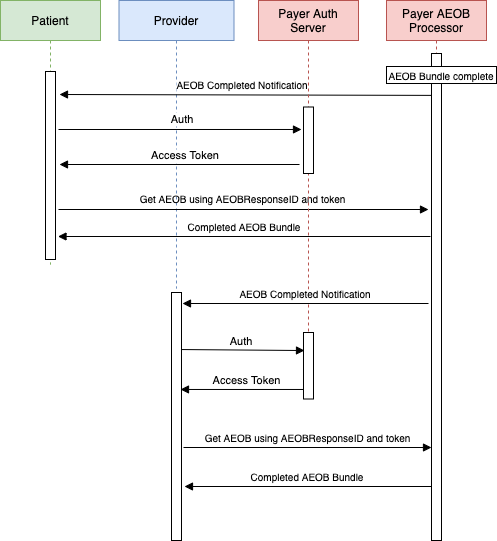
This is input/images/GetAEOB.drawio.png from HL7/davinci-pct, a draw.io export, as it was before one commit. Source tidied: cells renumbered, new cells last; positions are measured from the earlier drawing's top-left corner, leaving out a move shared by most shapes.
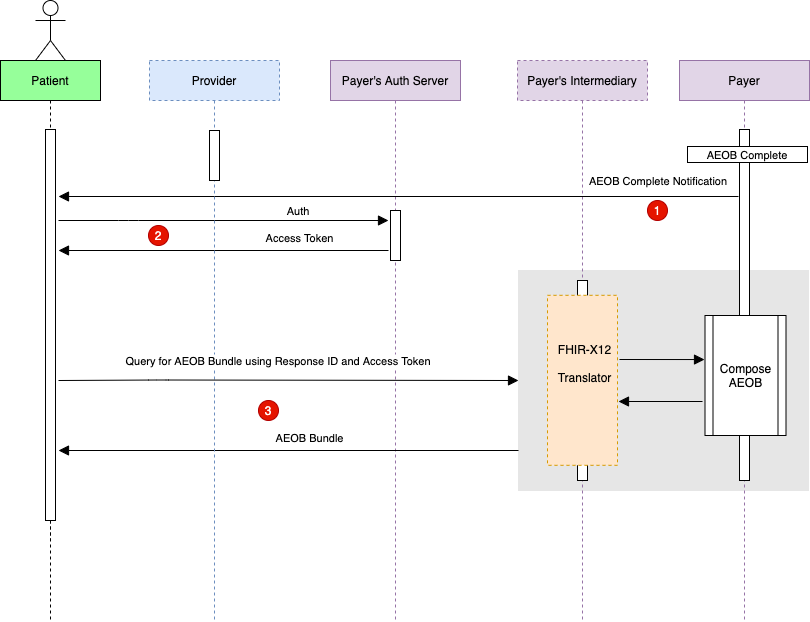
After the commit.

Commit message:
Updated use case graphics

Diff of the diagram source:
```diff
@@ -2,93 +2,127 @@
   <root>
     <mxCell id="0" />
     <mxCell id="1" parent="0" />
-    <mxCell id="2" style="points=[];perimeter=orthogonalPerimeter;rounded=0;shadow=0;strokeWidth=1;" parent="1" vertex="1">
-      <mxGeometry x="171" y="292" width="10" height="248" as="geometry" />
-    </mxCell>
-    <mxCell id="3" value="Provider" style="shape=umlLifeline;perimeter=lifelinePerimeter;rounded=0;shadow=0;strokeWidth=1;fillColor=#dae8fc;strokeColor=#6c8ebf;" parent="1" vertex="1">
-      <mxGeometry x="118.5" width="115" height="288" as="geometry" />
-    </mxCell>
-    <mxCell id="4" value="Payer AEOB&#10;Processor" style="shape=umlLifeline;perimeter=lifelinePerimeter;rounded=0;shadow=0;strokeWidth=1;fillColor=#f8cecc;strokeColor=#b85450;" parent="1" vertex="1">
-      <mxGeometry x="386" width="100" height="443" as="geometry" />
-    </mxCell>
-    <mxCell id="5" style="points=[];perimeter=orthogonalPerimeter;rounded=0;shadow=0;strokeWidth=1;" parent="1" vertex="1">
-      <mxGeometry x="431" y="53" width="10" height="487" as="geometry" />
-    </mxCell>
-    <mxCell id="6" value="Patient" style="shape=umlLifeline;perimeter=lifelinePerimeter;rounded=0;shadow=0;strokeWidth=1;fillColor=#d5e8d4;strokeColor=#82b366;" parent="1" vertex="1">
-      <mxGeometry width="100" height="264" as="geometry" />
+    <mxCell id="6" value="Patient" style="shape=umlLifeline;perimeter=lifelinePerimeter;rounded=0;shadow=0;strokeWidth=1;fillColor=#96FF9A;" parent="1" vertex="1">
+      <mxGeometry x="-97" y="40" width="100" height="480" as="geometry" />
     </mxCell>
     <mxCell id="7" style="points=[];perimeter=orthogonalPerimeter;rounded=0;shadow=0;strokeWidth=1;" parent="6" vertex="1">
-      <mxGeometry x="45" y="71" width="10" height="188" as="geometry" />
+      <mxGeometry x="45" y="69" width="10" height="391" as="geometry" />
     </mxCell>
-    <mxCell id="8" style="verticalAlign=bottom;endArrow=block;shadow=0;strokeWidth=1;" parent="1" edge="1">
-      <mxGeometry relative="1" as="geometry">
-        <mxPoint x="58" y="209" as="sourcePoint" />
-        <mxPoint x="428" y="209" as="targetPoint" />
-      </mxGeometry>
-    </mxCell>
-    <mxCell id="9" value="Get AEOB using AEOBResponseID and token" style="text;html=1;align=center;verticalAlign=middle;fillColor=none;strokeColor=none;rounded=0;fontSize=10;" parent="1" vertex="1">
-      <mxGeometry x="134" y="190" width="215" height="16" as="geometry" />
-    </mxCell>
-    <mxCell id="10" value="Access Token" style="verticalAlign=bottom;endArrow=block;entryX=0.9;entryY=0.391;shadow=0;strokeWidth=1;fontSize=11;entryDx=0;entryDy=0;entryPerimeter=0;" parent="1" edge="1" source="14" target="2">
-      <mxGeometry x="-0.05" relative="1" as="geometry" />
-    </mxCell>
-    <mxCell id="11" value="Completed AEOB Bundle" style="verticalAlign=bottom;endArrow=block;shadow=0;strokeWidth=1;fontSize=10;" parent="1" edge="1">
-      <mxGeometry relative="1" as="geometry">
-        <mxPoint x="431" y="486" as="sourcePoint" />
-        <mxPoint x="184" y="486" as="targetPoint" />
-      </mxGeometry>
-    </mxCell>
-    <mxCell id="12" value="&lt;font style=&quot;font-size: 10px&quot;&gt;AEOB Bundle complete&lt;/font&gt;" style="rounded=0;whiteSpace=wrap;html=1;" parent="1" vertex="1">
-      <mxGeometry x="386" y="66" width="110" height="17" as="geometry" />
-    </mxCell>
-    <mxCell id="13" value="AEOB Completed Notification" style="verticalAlign=bottom;endArrow=block;shadow=0;strokeWidth=1;fontSize=10;labelBackgroundColor=#FFFFFF;exitX=0;exitY=0.086;exitDx=0;exitDy=0;exitPerimeter=0;" parent="1" edge="1" source="5">
-      <mxGeometry x="0.02" relative="1" as="geometry">
-        <mxPoint x="59" y="94" as="targetPoint" />
-      </mxGeometry>
-    </mxCell>
-    <mxCell id="14" value="Payer Auth&#10;Server" style="shape=umlLifeline;perimeter=lifelinePerimeter;rounded=0;shadow=0;strokeWidth=1;fillColor=#f8cecc;strokeColor=#b85450;" parent="1" vertex="1">
-      <mxGeometry x="258" width="100" height="399" as="geometry" />
-    </mxCell>
-    <mxCell id="15" style="points=[];perimeter=orthogonalPerimeter;rounded=0;shadow=0;strokeWidth=1;" parent="1" vertex="1">
-      <mxGeometry x="303" y="106.5" width="10" height="66.5" as="geometry" />
-    </mxCell>
-    <mxCell id="16" value="Auth" style="verticalAlign=bottom;endArrow=block;entryX=-0.2;entryY=0.338;shadow=0;strokeWidth=1;entryDx=0;entryDy=0;entryPerimeter=0;labelBackgroundColor=#FFFFFF;" parent="1" edge="1" target="15">
-      <mxGeometry x="0.02" y="1" relative="1" as="geometry">
-        <mxPoint x="58" y="129" as="sourcePoint" />
-      </mxGeometry>
-    </mxCell>
-    <mxCell id="17" value="Access Token" style="verticalAlign=bottom;endArrow=block;shadow=0;strokeWidth=1;fontSize=11;labelBackgroundColor=#FFFFFF;" parent="1" edge="1">
-      <mxGeometry x="-0.05" relative="1" as="geometry">
-        <mxPoint x="299" y="164" as="sourcePoint" />
-        <mxPoint x="59" y="164" as="targetPoint" />
-      </mxGeometry>
-    </mxCell>
-    <mxCell id="18" value="Completed AEOB Bundle" style="verticalAlign=bottom;endArrow=block;shadow=0;strokeWidth=1;fontSize=10;" parent="1" edge="1">
-      <mxGeometry relative="1" as="geometry">
-        <mxPoint x="430" y="236" as="sourcePoint" />
-        <mxPoint x="57.5" y="236" as="targetPoint" />
-      </mxGeometry>
-    </mxCell>
-    <mxCell id="19" value="AEOB Completed Notification" style="verticalAlign=bottom;endArrow=block;shadow=0;strokeWidth=1;fontSize=10;" parent="1" edge="1">
-      <mxGeometry relative="1" as="geometry">
-        <mxPoint x="428" y="303" as="sourcePoint" />
-        <mxPoint x="182" y="303" as="targetPoint" />
-      </mxGeometry>
-    </mxCell>
-    <mxCell id="20" style="points=[];perimeter=orthogonalPerimeter;rounded=0;shadow=0;strokeWidth=1;" parent="1" vertex="1">
-      <mxGeometry x="303" y="332" width="10" height="66.5" as="geometry" />
-    </mxCell>
-    <mxCell id="21" value="Auth" style="verticalAlign=bottom;endArrow=block;entryX=0.1;entryY=0.271;shadow=0;strokeWidth=1;entryDx=0;entryDy=0;entryPerimeter=0;exitX=1;exitY=0.23;exitDx=0;exitDy=0;exitPerimeter=0;" parent="1" edge="1" source="2" target="20">
-      <mxGeometry x="-0.02" relative="1" as="geometry" />
-    </mxCell>
-    <mxCell id="22" style="verticalAlign=bottom;endArrow=block;shadow=0;strokeWidth=1;" parent="1" edge="1">
-      <mxGeometry relative="1" as="geometry">
-        <mxPoint x="183" y="447" as="sourcePoint" />
-        <mxPoint x="431" y="447" as="targetPoint" />
-      </mxGeometry>
-    </mxCell>
-    <mxCell id="23" value="Get AEOB using AEOBResponseID and token" style="text;html=1;align=center;verticalAlign=middle;fillColor=none;strokeColor=none;rounded=0;fontSize=10;" parent="1" vertex="1">
-      <mxGeometry x="199" y="429" width="215" height="16" as="geometry" />
-    </mxCell>
+    <mxCell id="24" value="Payer's Auth Server" style="shape=umlLifeline;perimeter=lifelinePerimeter;rounded=0;shadow=0;strokeWidth=1;fillColor=#e1d5e7;strokeColor=#9673a6;" parent="1" vertex="1">
+      <mxGeometry x="233" y="40" width="130" height="560" as="geometry" />
+    </mxCell>
+    <mxCell id="25" style="perimeter=orthogonalPerimeter;rounded=0;shadow=0;strokeWidth=1;" parent="24" vertex="1">
+      <mxGeometry x="60" y="150" width="10" height="50" as="geometry" />
+    </mxCell>
+    <mxCell id="26" style="shape=umlActor;verticalLabelPosition=bottom;verticalAlign=top;html=1;" parent="1" vertex="1">
+      <mxGeometry x="-62" y="-20" width="30" height="60" as="geometry" />
+    </mxCell>
+    <mxCell id="27" style="edgeStyle=orthogonalEdgeStyle;rounded=0;jettySize=auto;html=1;dashed=1;endArrow=none;endFill=0;" parent="1" edge="1" source="7">
+      <mxGeometry relative="1" as="geometry">
+        <mxPoint x="-47" y="600" as="targetPoint" />
+      </mxGeometry>
+    </mxCell>
+    <mxCell id="28" value="1" style="ellipse;whiteSpace=wrap;html=1;fillColor=#e51400;strokeColor=#B20000;fontColor=#ffffff;" parent="1" vertex="1">
+      <mxGeometry x="550" y="180" width="20" height="20" as="geometry" />
+    </mxCell>
+    <mxCell id="29" value="2" style="ellipse;whiteSpace=wrap;html=1;fillColor=#e51400;strokeColor=#B20000;fontColor=#ffffff;" parent="1" vertex="1">
+      <mxGeometry x="51" y="205" width="20" height="20" as="geometry" />
+    </mxCell>
+    <mxCell id="30" style="perimeter=orthogonalPerimeter;rounded=0;shadow=0;strokeWidth=1;fillColor=#E6E6E6;strokeColor=#E6E6E6;" parent="1" vertex="1">
+      <mxGeometry x="421" y="250" width="290" height="220" as="geometry" />
+    </mxCell>
+    <mxCell id="31" value="Payer's Intermediary" style="shape=umlLifeline;perimeter=lifelinePerimeter;rounded=0;shadow=0;strokeWidth=1;fillColor=#e1d5e7;strokeColor=#9673a6;dashed=1;" parent="1" vertex="1">
+      <mxGeometry x="420" y="40" width="130" height="560" as="geometry" />
+    </mxCell>
+    <mxCell id="32" style="perimeter=orthogonalPerimeter;rounded=0;shadow=0;strokeWidth=1;" parent="31" vertex="1">
+      <mxGeometry x="60" y="220" width="10" height="200" as="geometry" />
+    </mxCell>
+    <mxCell id="33" value="Payer" style="shape=umlLifeline;perimeter=lifelinePerimeter;rounded=0;shadow=0;strokeWidth=1;fillColor=#e1d5e7;strokeColor=#9673a6;" parent="1" vertex="1">
+      <mxGeometry x="582" y="40" width="130" height="560" as="geometry" />
+    </mxCell>
+    <mxCell id="34" style="perimeter=orthogonalPerimeter;rounded=0;shadow=0;strokeWidth=1;" parent="33" vertex="1">
+      <mxGeometry x="60" y="69" width="10" height="351" as="geometry" />
+    </mxCell>
+    <mxCell id="35" style="group;" parent="1" vertex="1">
+      <mxGeometry x="452" y="278" width="70" height="170" as="geometry" />
+    </mxCell>
+    <mxCell id="36" style="rounded=0;whiteSpace=wrap;html=1;fillColor=#ffe6cc;strokeColor=#d79b00;dashed=1;" parent="35" vertex="1">
+      <mxGeometry x="-2" y="-3.2" width="70" height="170" as="geometry" />
+    </mxCell>
+    <mxCell id="37" value="&lt;font style=&quot;font-size: 12px ; font-weight: normal&quot;&gt;FHIR-X12&lt;br&gt;Translator&lt;/font&gt;" style="text;strokeColor=none;fillColor=none;html=1;fontSize=24;fontStyle=1;verticalAlign=middle;align=center;" parent="35" vertex="1">
+      <mxGeometry y="32.2" width="70" height="56.7" as="geometry" />
+    </mxCell>
+    <mxCell id="38" value="Compose AEOB" style="shape=process;whiteSpace=wrap;html=1;backgroundOutline=1;" parent="1" vertex="1">
+      <mxGeometry x="607.5" y="295" width="81" height="120" as="geometry" />
+    </mxCell>
+    <mxCell id="39" value="AEOB Complete Notification" style="verticalAlign=bottom;endArrow=block;endSize=8;shadow=0;strokeWidth=1;endFill=1;" parent="1" edge="1">
+      <mxGeometry x="-0.76" y="-6" relative="1" as="geometry">
+        <mxPoint x="641" y="176" as="sourcePoint" />
+        <mxPoint x="-39" y="176" as="targetPoint" />
+      </mxGeometry>
+    </mxCell>
+    <mxCell id="40" style="verticalAlign=bottom;endArrow=block;shadow=0;strokeWidth=1;labelBackgroundColor=none;entryX=-0.006;entryY=0.367;entryDx=0;entryDy=0;entryPerimeter=0;endSize=8;" parent="1" edge="1" target="38">
+      <mxGeometry x="0.08" y="8" relative="1" as="geometry">
+        <mxPoint x="522" y="339" as="sourcePoint" />
+      </mxGeometry>
+    </mxCell>
+    <mxCell id="41" style="verticalAlign=bottom;endArrow=block;shadow=0;strokeWidth=1;labelBackgroundColor=none;endSize=8;" parent="1" edge="1">
+      <mxGeometry x="0.02" y="-7" relative="1" as="geometry">
+        <mxPoint x="605" y="381" as="sourcePoint" />
+        <mxPoint x="521" y="381" as="targetPoint" />
+      </mxGeometry>
+    </mxCell>
+    <mxCell id="42" value="3" style="ellipse;whiteSpace=wrap;html=1;fillColor=#e51400;strokeColor=#B20000;fontColor=#ffffff;" parent="1" vertex="1">
+      <mxGeometry x="161" y="380" width="20" height="20" as="geometry" />
+    </mxCell>
+    <mxCell id="43" value="&lt;font style=&quot;font-size: 11px&quot;&gt;AEOB Complete&lt;/font&gt;" style="rounded=0;whiteSpace=wrap;html=1;" parent="1" vertex="1">
+      <mxGeometry x="590" y="126" width="120" height="16" as="geometry" />
+    </mxCell>
+    <mxCell id="44" value="Auth" style="verticalAlign=bottom;endArrow=block;shadow=0;strokeWidth=1;endSize=8;" parent="1" edge="1">
+      <mxGeometry x="0.45" relative="1" as="geometry">
+        <mxPoint x="-39" y="200" as="sourcePoint" />
+        <mxPoint x="291" y="200" as="targetPoint" />
+        <Array as="points">
+          <mxPoint x="31" y="200" />
+        </Array>
+      </mxGeometry>
+    </mxCell>
+    <mxCell id="45" style="verticalAlign=bottom;endArrow=block;shadow=0;strokeWidth=1;labelBackgroundColor=none;endSize=8;" parent="1" edge="1">
+      <mxGeometry x="0.02" y="-7" relative="1" as="geometry">
+        <mxPoint x="291" y="230" as="sourcePoint" />
+        <mxPoint x="-39" y="230" as="targetPoint" />
+      </mxGeometry>
+    </mxCell>
+    <mxCell id="46" value="Access Token" style="edgeLabel;html=1;align=center;verticalAlign=bottom;labelPosition=center;verticalLabelPosition=top;" parent="45" vertex="1">
+      <mxGeometry x="0.32" y="-4" relative="1" as="geometry">
+        <mxPoint x="128" as="offset" />
+      </mxGeometry>
+    </mxCell>
+    <mxCell id="47" style="verticalAlign=bottom;endArrow=block;shadow=0;strokeWidth=1;labelBackgroundColor=none;endSize=8;" parent="1" edge="1">
+      <mxGeometry x="0.02" y="-7" relative="1" as="geometry">
+        <mxPoint x="421" y="430" as="sourcePoint" />
+        <mxPoint x="-39" y="430" as="targetPoint" />
+      </mxGeometry>
+    </mxCell>
+    <mxCell id="48" value="AEOB Bundle" style="edgeLabel;html=1;align=center;verticalAlign=bottom;labelPosition=center;verticalLabelPosition=top;" parent="47" vertex="1">
+      <mxGeometry x="0.32" y="-4" relative="1" as="geometry">
+        <mxPoint x="94" as="offset" />
+      </mxGeometry>
+    </mxCell>
+    <mxCell id="3" value="Provider" style="shape=umlLifeline;perimeter=lifelinePerimeter;rounded=0;shadow=0;strokeWidth=1;fillColor=#dae8fc;strokeColor=#6c8ebf;dashed=1;" parent="1" vertex="1">
+      <mxGeometry x="52" y="40" width="130" height="560" as="geometry" />
+    </mxCell>
+    <mxCell id="49" style="perimeter=orthogonalPerimeter;rounded=0;shadow=0;strokeWidth=1;" parent="3" vertex="1">
+      <mxGeometry x="60" y="70" width="10" height="50" as="geometry" />
+    </mxCell>
+    <mxCell id="50" value="Query for AEOB Bundle using Response ID and Access Token" style="verticalAlign=bottom;endArrow=block;shadow=0;strokeWidth=1;endSize=8;" parent="1" edge="1">
+      <mxGeometry x="-0.04" y="10" relative="1" as="geometry">
+        <mxPoint x="-39" y="360" as="sourcePoint" />
+        <mxPoint x="421" y="360" as="targetPoint" />
+        <Array as="points">
+          <mxPoint x="61" y="359.5" />
+        </Array>
+      </mxGeometry>
+    </mxCell>
   </root>
 </mxGraphModel>
```
